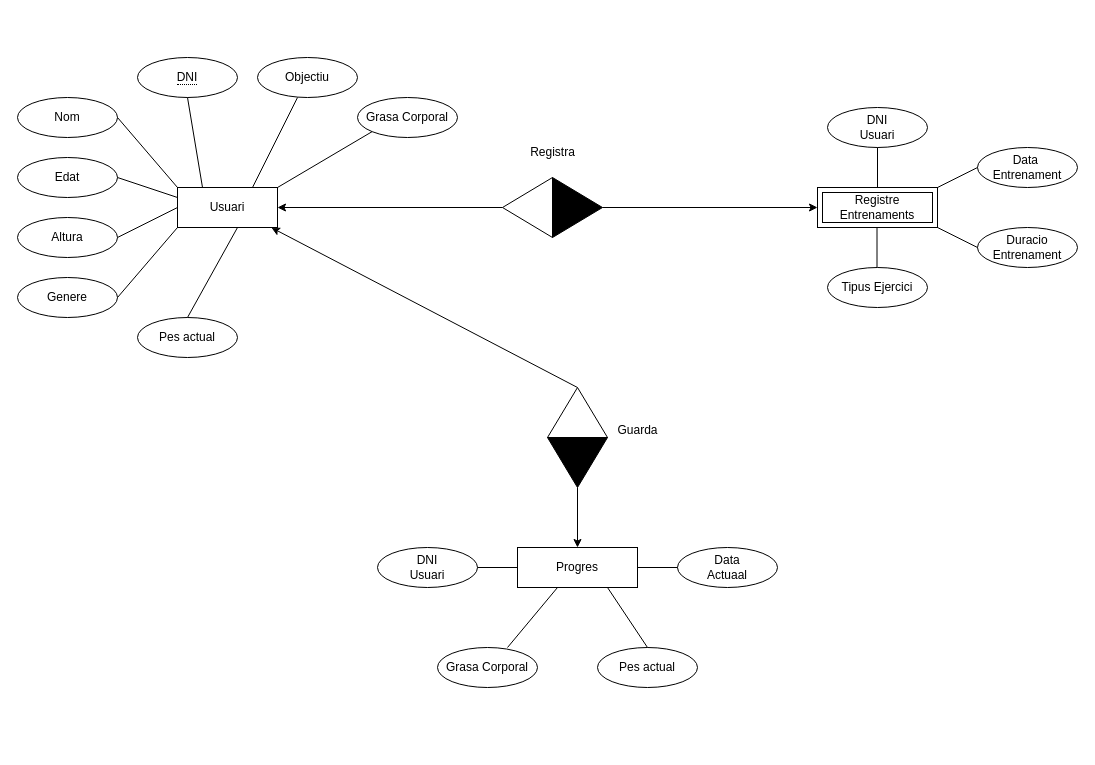
This is BD Treball.drawio from PellicerAngel/Fitdiary-MongoDB, a draw.io file, before an edit. Source tidied: cells renumbered, new cells numbered last; positions are measured from the earlier drawing's top-left corner, leaving out a move shared by most shapes. Both pictures are drawn from the tidied source at 100%, with x=0, y=0 at pixel (17, 57).
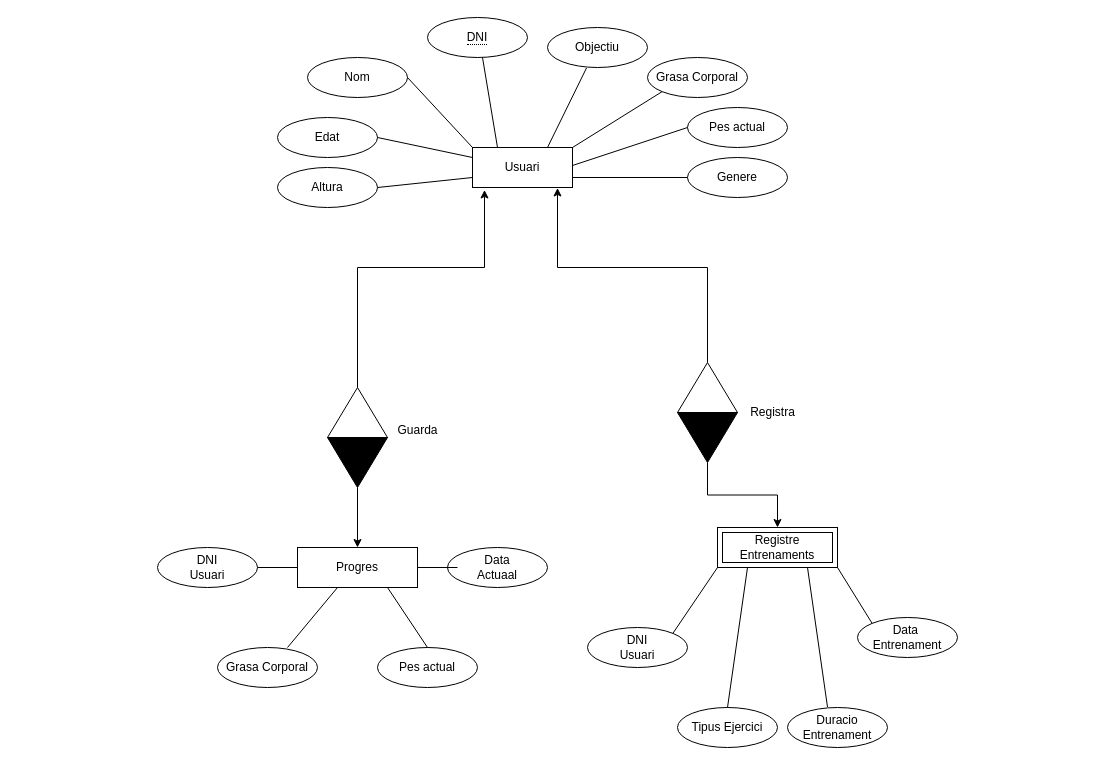
Above is the later version.

The edit, as a diff of the source:
```diff
@@
     <mxCell id="2" value="Usuari" style="whiteSpace=wrap;html=1;align=center;" parent="1" vertex="1">
-      <mxGeometry x="160" y="130" width="100" height="40" as="geometry" />
+      <mxGeometry x="455" y="90" width="100" height="40" as="geometry" />
     </mxCell>
     <mxCell id="3" value="Progres" style="whiteSpace=wrap;html=1;align=center;" parent="1" vertex="1">
-      <mxGeometry x="500" y="490" width="120" height="40" as="geometry" />
+      <mxGeometry x="280" y="490" width="120" height="40" as="geometry" />
     </mxCell>
     <mxCell id="4" value="Grasa Corporal" style="ellipse;whiteSpace=wrap;html=1;align=center;" parent="1" vertex="1">
-      <mxGeometry x="340" y="40" width="100" height="40" as="geometry" />
+      <mxGeometry x="630" width="100" height="40" as="geometry" />
     </mxCell>
     <mxCell id="5" value="Pes actual" style="ellipse;whiteSpace=wrap;html=1;align=center;" parent="1" vertex="1">
-      <mxGeometry x="120" y="260" width="100" height="40" as="geometry" />
+      <mxGeometry x="670" y="50" width="100" height="40" as="geometry" />
     </mxCell>
     <mxCell id="6" value="Genere" style="ellipse;whiteSpace=wrap;html=1;align=center;" parent="1" vertex="1">
-      <mxGeometry y="220" width="100" height="40" as="geometry" />
+      <mxGeometry x="670" y="100" width="100" height="40" as="geometry" />
     </mxCell>
     <mxCell id="7" value="Altura" style="ellipse;whiteSpace=wrap;html=1;align=center;" parent="1" vertex="1">
-      <mxGeometry y="160" width="100" height="40" as="geometry" />
+      <mxGeometry x="260" y="110" width="100" height="40" as="geometry" />
     </mxCell>
     <mxCell id="8" value="Edat" style="ellipse;whiteSpace=wrap;html=1;align=center;" parent="1" vertex="1">
-      <mxGeometry y="100" width="100" height="40" as="geometry" />
+      <mxGeometry x="260" y="60" width="100" height="40" as="geometry" />
     </mxCell>
     <mxCell id="9" value="Objectiu" style="ellipse;whiteSpace=wrap;html=1;align=center;" parent="1" vertex="1">
-      <mxGeometry x="240" width="100" height="40" as="geometry" />
+      <mxGeometry x="530" y="-30" width="100" height="40" as="geometry" />
     </mxCell>
     <mxCell id="10" value="Nom" style="ellipse;whiteSpace=wrap;html=1;align=center;" parent="1" vertex="1">
-      <mxGeometry y="40" width="100" height="40" as="geometry" />
+      <mxGeometry x="290" width="100" height="40" as="geometry" />
     </mxCell>
     <mxCell id="11" value="Duracio&lt;div&gt;Entrenament&lt;/div&gt;" style="ellipse;whiteSpace=wrap;html=1;align=center;" parent="1" vertex="1">
-      <mxGeometry x="960" y="170" width="100" height="40" as="geometry" />
+      <mxGeometry x="770" y="650" width="100" height="40" as="geometry" />
     </mxCell>
     <mxCell id="12" value="DNI&lt;div&gt;Usuari&lt;/div&gt;" style="ellipse;whiteSpace=wrap;html=1;align=center;" parent="1" vertex="1">
-      <mxGeometry x="810" y="50" width="100" height="40" as="geometry" />
+      <mxGeometry x="570" y="570" width="100" height="40" as="geometry" />
     </mxCell>
     <mxCell id="13" value="Tipus Ejercici" style="ellipse;whiteSpace=wrap;html=1;align=center;" parent="1" vertex="1">
-      <mxGeometry x="810" y="210" width="100" height="40" as="geometry" />
+      <mxGeometry x="660" y="650" width="100" height="40" as="geometry" />
     </mxCell>
     <mxCell id="14" value="Data&amp;nbsp;&lt;div&gt;Entrenament&lt;/div&gt;" style="ellipse;whiteSpace=wrap;html=1;align=center;" parent="1" vertex="1">
-      <mxGeometry x="960" y="90" width="100" height="40" as="geometry" />
+      <mxGeometry x="840" y="560" width="100" height="40" as="geometry" />
     </mxCell>
     <mxCell id="15" value="Data&lt;div&gt;Actuaal&lt;/div&gt;" style="ellipse;whiteSpace=wrap;html=1;align=center;" parent="1" vertex="1">
-      <mxGeometry x="660" y="490" width="100" height="40" as="geometry" />
+      <mxGeometry x="430" y="490" width="100" height="40" as="geometry" />
     </mxCell>
     <mxCell id="16" value="&lt;div&gt;DNI&lt;/div&gt;&lt;div&gt;Usuari&lt;/div&gt;" style="ellipse;whiteSpace=wrap;html=1;align=center;" parent="1" vertex="1">
-      <mxGeometry x="360" y="490" width="100" height="40" as="geometry" />
+      <mxGeometry x="140" y="490" width="100" height="40" as="geometry" />
     </mxCell>
     <mxCell id="17" value="Grasa Corporal" style="ellipse;whiteSpace=wrap;html=1;align=center;" parent="1" vertex="1">
-      <mxGeometry x="420" y="590" width="100" height="40" as="geometry" />
+      <mxGeometry x="200" y="590" width="100" height="40" as="geometry" />
     </mxCell>
     <mxCell id="18" value="&lt;span style=&quot;border-bottom: 1px dotted&quot;&gt;DNI&lt;/span&gt;" style="ellipse;whiteSpace=wrap;html=1;align=center;" parent="1" vertex="1">
-      <mxGeometry x="120" width="100" height="40" as="geometry" />
+      <mxGeometry x="410" y="-40" width="100" height="40" as="geometry" />
     </mxCell>
     <mxCell id="19" style="edgeStyle=orthogonalEdgeStyle;rounded=0;orthogonalLoop=1;jettySize=auto;html=1;exitX=0.5;exitY=1;exitDx=0;exitDy=0;" parent="1" edge="1">
       <mxGeometry relative="1" as="geometry">
-        <mxPoint x="790" y="287" as="sourcePoint" />
-        <mxPoint x="790" y="287" as="targetPoint" />
+        <mxPoint x="730" y="530" as="sourcePoint" />
+        <mxPoint x="730" y="530" as="targetPoint" />
       </mxGeometry>
     </mxCell>
@@
-    <mxCell id="21" style="edgeStyle=none;rounded=0;jettySize=auto;html=1;exitX=0;exitY=0;exitDx=30;exitDy=0;exitPerimeter=0;entryX=0.939;entryY=1.003;entryDx=0;entryDy=0;entryPerimeter=0;" parent="1" edge="1" source="22" target="2">
-      <mxGeometry relative="1" as="geometry" />
-    </mxCell>
     <mxCell id="22" style="verticalLabelPosition=bottom;verticalAlign=top;html=1;shape=mxgraph.basic.acute_triangle;dx=0.5;" parent="1" vertex="1">
-      <mxGeometry x="530" y="330" width="60" height="50" as="geometry" />
+      <mxGeometry x="310" y="330" width="60" height="50" as="geometry" />
     </mxCell>
@@
     <mxCell id="24" style="verticalLabelPosition=bottom;verticalAlign=top;html=1;shape=mxgraph.basic.acute_triangle;dx=0.5;rotation=-180;fillColor=#000000;" parent="1" vertex="1">
-      <mxGeometry x="530" y="380" width="60" height="50" as="geometry" />
+      <mxGeometry x="310" y="380" width="60" height="50" as="geometry" />
     </mxCell>
-    <mxCell id="25" style="edgeStyle=none;rounded=0;jettySize=auto;html=1;exitX=0;exitY=0;exitDx=30;exitDy=0;exitPerimeter=0;entryX=0;entryY=0.5;entryDx=0;entryDy=0;" parent="1" edge="1" source="26">
-      <mxGeometry relative="1" as="geometry">
-        <mxPoint x="800" y="150" as="targetPoint" />
-      </mxGeometry>
-    </mxCell>
-    <mxCell id="26" style="verticalLabelPosition=bottom;verticalAlign=top;html=1;shape=mxgraph.basic.acute_triangle;dx=0.5;rotation=90;fillColor=#000000;" parent="1" vertex="1">
-      <mxGeometry x="530" y="125" width="60" height="50" as="geometry" />
-    </mxCell>
-    <mxCell id="27" style="edgeStyle=none;rounded=0;jettySize=auto;html=1;exitX=0;exitY=0;exitDx=30;exitDy=0;exitPerimeter=0;entryX=1;entryY=0.5;entryDx=0;entryDy=0;" parent="1" edge="1" source="28" target="2">
-      <mxGeometry relative="1" as="geometry" />
-    </mxCell>
-    <mxCell id="28" style="verticalLabelPosition=bottom;verticalAlign=top;html=1;shape=mxgraph.basic.acute_triangle;dx=0.5;rotation=-90;" parent="1" vertex="1">
-      <mxGeometry x="480" y="125" width="60" height="50" as="geometry" />
-    </mxCell>
     <mxCell id="29" value="Registra" style="text;html=1;align=center;verticalAlign=middle;strokeColor=none;fillColor=none;" parent="1" vertex="1">
-      <mxGeometry x="500" y="80" width="70" height="30" as="geometry" />
+      <mxGeometry x="720" y="340" width="70" height="30" as="geometry" />
     </mxCell>
     <mxCell id="30" value="Guarda" style="text;html=1;align=center;verticalAlign=middle;strokeColor=none;fillColor=none;" parent="1" vertex="1">
-      <mxGeometry x="590" y="358" width="60" height="30" as="geometry" />
+      <mxGeometry x="370" y="358" width="60" height="30" as="geometry" />
     </mxCell>
     <mxCell id="31" value="Registre&lt;div&gt;Entrenaments&lt;/div&gt;" style="shape=ext;margin=3;double=1;whiteSpace=wrap;html=1;align=center;" parent="1" vertex="1">
-      <mxGeometry x="800" y="130" width="120" height="40" as="geometry" />
+      <mxGeometry x="700" y="470" width="120" height="40" as="geometry" />
     </mxCell>
     <mxCell id="32" value="Pes actual" style="ellipse;whiteSpace=wrap;html=1;align=center;" parent="1" vertex="1">
-      <mxGeometry x="580" y="590" width="100" height="40" as="geometry" />
+      <mxGeometry x="360" y="590" width="100" height="40" as="geometry" />
     </mxCell>
-    <mxCell id="33" style="endArrow=none;html=1;rounded=0;exitX=0.5;exitY=0;exitDx=0;exitDy=0;" parent="1" edge="1" source="5">
-      <mxGeometry relative="1" as="geometry">
-        <mxPoint x="220" y="170" as="targetPoint" />
-      </mxGeometry>
-    </mxCell>
-    <mxCell id="34" style="endArrow=none;html=1;rounded=0;exitX=1;exitY=0.5;exitDx=0;exitDy=0;" parent="1" edge="1" source="6">
-      <mxGeometry relative="1" as="geometry">
-        <mxPoint x="160" y="170" as="targetPoint" />
-      </mxGeometry>
+    <mxCell id="34" style="endArrow=none;html=1;rounded=0;exitX=0;exitY=0.5;exitDx=0;exitDy=0;entryX=1;entryY=0.75;entryDx=0;entryDy=0;" parent="1" edge="1" source="6" target="2">
+      <mxGeometry relative="1" as="geometry" />
     </mxCell>
-    <mxCell id="35" style="endArrow=none;html=1;rounded=0;exitX=1;exitY=0.5;exitDx=0;exitDy=0;" parent="1" edge="1" source="7">
-      <mxGeometry relative="1" as="geometry">
-        <mxPoint x="160" y="150" as="targetPoint" />
-      </mxGeometry>
+    <mxCell id="35" style="endArrow=none;html=1;rounded=0;exitX=1;exitY=0.5;exitDx=0;exitDy=0;entryX=0;entryY=0.75;entryDx=0;entryDy=0;" parent="1" edge="1" source="7" target="2">
+      <mxGeometry relative="1" as="geometry" />
     </mxCell>
@@
-    <mxCell id="37" style="endArrow=none;html=1;rounded=0;exitX=1;exitY=0.5;exitDx=0;exitDy=0;entryX=0;entryY=0;entryDx=0;entryDy=0;" parent="1" edge="1" target="2">
-      <mxGeometry relative="1" as="geometry">
-        <mxPoint x="100" y="60" as="sourcePoint" />
-      </mxGeometry>
+    <mxCell id="37" style="endArrow=none;html=1;rounded=0;exitX=1;exitY=0.5;exitDx=0;exitDy=0;entryX=0;entryY=0;entryDx=0;entryDy=0;" parent="1" edge="1" source="10" target="2">
+      <mxGeometry relative="1" as="geometry" />
     </mxCell>
     <mxCell id="38" style="endArrow=none;html=1;rounded=0;exitX=1;exitY=0.5;exitDx=0;exitDy=0;entryX=0.25;entryY=0;entryDx=0;entryDy=0;" parent="1" edge="1" target="2">
       <mxGeometry relative="1" as="geometry">
-        <mxPoint x="170" y="40" as="sourcePoint" />
+        <mxPoint x="465" as="sourcePoint" />
       </mxGeometry>
     </mxCell>
-    <mxCell id="39" style="endArrow=none;html=1;rounded=0;exitX=1;exitY=0.5;exitDx=0;exitDy=0;entryX=0.75;entryY=0;entryDx=0;entryDy=0;" parent="1" edge="1" target="2">
-      <mxGeometry relative="1" as="geometry">
-        <mxPoint x="280" y="40" as="sourcePoint" />
-      </mxGeometry>
+    <mxCell id="39" style="endArrow=none;html=1;rounded=0;exitX=0.39;exitY=1.012;exitDx=0;exitDy=0;entryX=0.75;entryY=0;entryDx=0;entryDy=0;exitPerimeter=0;" parent="1" edge="1" source="9" target="2">
+      <mxGeometry relative="1" as="geometry" />
     </mxCell>
     <mxCell id="40" style="endArrow=none;html=1;rounded=0;exitX=0;exitY=1;exitDx=0;exitDy=0;entryX=0.75;entryY=0;entryDx=0;entryDy=0;" parent="1" edge="1" source="4">
       <mxGeometry relative="1" as="geometry">
-        <mxPoint x="260" y="130" as="targetPoint" />
+        <mxPoint x="555" y="90" as="targetPoint" />
       </mxGeometry>
     </mxCell>
     <mxCell id="41" style="endArrow=none;html=1;rounded=0;exitX=0.7;exitY=0;exitDx=0;exitDy=0;exitPerimeter=0;" parent="1" edge="1" source="17">
       <mxGeometry relative="1" as="geometry">
-        <mxPoint x="540" y="530" as="targetPoint" />
+        <mxPoint x="320" y="530" as="targetPoint" />
       </mxGeometry>
     </mxCell>
@@
     <mxCell id="43" style="endArrow=none;html=1;rounded=0;exitX=1;exitY=0.5;exitDx=0;exitDy=0;" parent="1" edge="1" source="3">
       <mxGeometry relative="1" as="geometry">
-        <mxPoint x="660" y="510" as="targetPoint" />
+        <mxPoint x="440" y="510" as="targetPoint" />
       </mxGeometry>
     </mxCell>
@@
-    <mxCell id="45" style="endArrow=none;html=1;rounded=0;exitX=0.5;exitY=0;exitDx=0;exitDy=0;" parent="1" edge="1" source="31">
-      <mxGeometry relative="1" as="geometry">
-        <mxPoint x="860" y="90" as="targetPoint" />
-      </mxGeometry>
-    </mxCell>
-    <mxCell id="46" style="endArrow=none;html=1;rounded=0;exitX=0.5;exitY=0;exitDx=0;exitDy=0;" parent="1" edge="1">
-      <mxGeometry relative="1" as="geometry">
-        <mxPoint x="859.5" y="210" as="sourcePoint" />
-        <mxPoint x="859.5" y="170" as="targetPoint" />
-      </mxGeometry>
+    <mxCell id="46" style="endArrow=none;html=1;rounded=0;exitX=0.5;exitY=0;exitDx=0;exitDy=0;entryX=0.25;entryY=1;entryDx=0;entryDy=0;" parent="1" edge="1" source="13" target="31">
+      <mxGeometry relative="1" as="geometry" />
     </mxCell>
-    <mxCell id="47" style="endArrow=none;html=1;rounded=0;exitX=1;exitY=0;exitDx=0;exitDy=0;" parent="1" edge="1" source="31">
-      <mxGeometry relative="1" as="geometry">
-        <mxPoint x="960" y="110" as="targetPoint" />
-      </mxGeometry>
+    <mxCell id="47" style="endArrow=none;html=1;rounded=0;exitX=1;exitY=1;exitDx=0;exitDy=0;entryX=0;entryY=0;entryDx=0;entryDy=0;" parent="1" edge="1" source="31" target="14">
+      <mxGeometry relative="1" as="geometry" />
     </mxCell>
-    <mxCell id="48" style="endArrow=none;html=1;rounded=0;exitX=1;exitY=1;exitDx=0;exitDy=0;entryX=0;entryY=0.5;entryDx=0;entryDy=0;" parent="1" edge="1" source="31" target="11">
+    <mxCell id="48" style="endArrow=none;html=1;rounded=0;exitX=0.75;exitY=1;exitDx=0;exitDy=0;entryX=0.4;entryY=-0.012;entryDx=0;entryDy=0;entryPerimeter=0;" parent="1" edge="1" source="31" target="11">
       <mxGeometry relative="1" as="geometry" />
     </mxCell>
+    <mxCell id="49" style="verticalLabelPosition=bottom;verticalAlign=top;html=1;shape=mxgraph.basic.acute_triangle;dx=0.5;" parent="1" vertex="1">
+      <mxGeometry x="660" y="305" width="60" height="50" as="geometry" />
+    </mxCell>
+    <mxCell id="50" style="edgeStyle=orthogonalEdgeStyle;rounded=0;jettySize=auto;html=1;exitX=0;exitY=0;exitDx=30;exitDy=0;exitPerimeter=0;entryX=0.5;entryY=0;entryDx=0;entryDy=0;" parent="1" edge="1" source="51" target="31">
+      <mxGeometry relative="1" as="geometry" />
+    </mxCell>
+    <mxCell id="51" style="verticalLabelPosition=bottom;verticalAlign=top;html=1;shape=mxgraph.basic.acute_triangle;dx=0.5;rotation=-180;fillColor=#000000;" parent="1" vertex="1">
+      <mxGeometry x="660" y="355" width="60" height="50" as="geometry" />
+    </mxCell>
+    <mxCell id="52" style="endArrow=none;html=1;rounded=0;exitX=0;exitY=0.5;exitDx=0;exitDy=0;entryX=0.75;entryY=0;entryDx=0;entryDy=0;" parent="1" edge="1" source="5">
+      <mxGeometry relative="1" as="geometry">
+        <mxPoint x="555" y="108" as="targetPoint" />
+      </mxGeometry>
+    </mxCell>
+    <mxCell id="53" style="endArrow=none;html=1;rounded=0;exitX=1;exitY=0;exitDx=0;exitDy=0;entryX=0;entryY=1;entryDx=0;entryDy=0;" parent="1" edge="1" source="12" target="31">
+      <mxGeometry relative="1" as="geometry" />
+    </mxCell>
+    <mxCell id="54" style="edgeStyle=orthogonalEdgeStyle;rounded=0;jettySize=auto;html=1;exitX=0;exitY=0;exitDx=30;exitDy=0;exitPerimeter=0;entryX=0.85;entryY=1.012;entryDx=0;entryDy=0;entryPerimeter=0;" parent="1" edge="1" source="49" target="2">
+      <mxGeometry relative="1" as="geometry">
+        <Array as="points">
+          <mxPoint x="690" y="210" />
+          <mxPoint x="540" y="210" />
+        </Array>
+      </mxGeometry>
+    </mxCell>
+    <mxCell id="21" style="edgeStyle=orthogonalEdgeStyle;rounded=0;jettySize=auto;html=1;exitX=0;exitY=0;exitDx=30;exitDy=0;exitPerimeter=0;entryX=0.12;entryY=1.062;entryDx=0;entryDy=0;entryPerimeter=0;" parent="1" edge="1" source="22" target="2">
+      <mxGeometry relative="1" as="geometry">
+        <Array as="points">
+          <mxPoint x="340" y="210" />
+          <mxPoint x="467" y="210" />
+        </Array>
+      </mxGeometry>
+    </mxCell>
```
